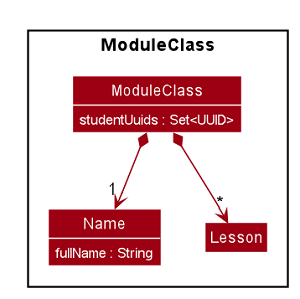
The PlantUML diagram docs/images/ModuleClassModelClassDiagram.png in ypinhsuan/tp, before a commit. Its source is kept beside it as docs/diagrams/ModuleClassModelClassDiagram.puml. The source it was exported from:
```plantuml
@startuml
!include style.puml
show members
hide empty members
skinparam classAttributeFontColor #FFFFFF
skinparam arrowThickness 1.1
skinparam arrowColor MODEL_COLOR
skinparam classBackgroundColor MODEL_COLOR

Class ModuleClass

package ModuleClass <<Rectangle>> {
    class ModuleClass {
        studentUuids : Set<UUID>
    }
    class Name {
        fullName : String
    }
    class Lesson
}

ModuleClass *-down->"1" Name
ModuleClass *-down->"*" Lesson

@enduml
```
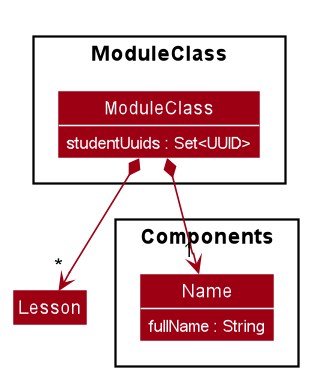
Above is the later version.

Diff of the diagram source:
```diff
@@ -13,11 +13,15 @@
     class ModuleClass {
         studentUuids : Set<UUID>
     }
+}
+
+package Components <<Rectangle>> {
     class Name {
         fullName : String
     }
-    class Lesson
 }
+
+class Lesson
 
 ModuleClass *-down->"1" Name
 ModuleClass *-down->"*" Lesson
```
